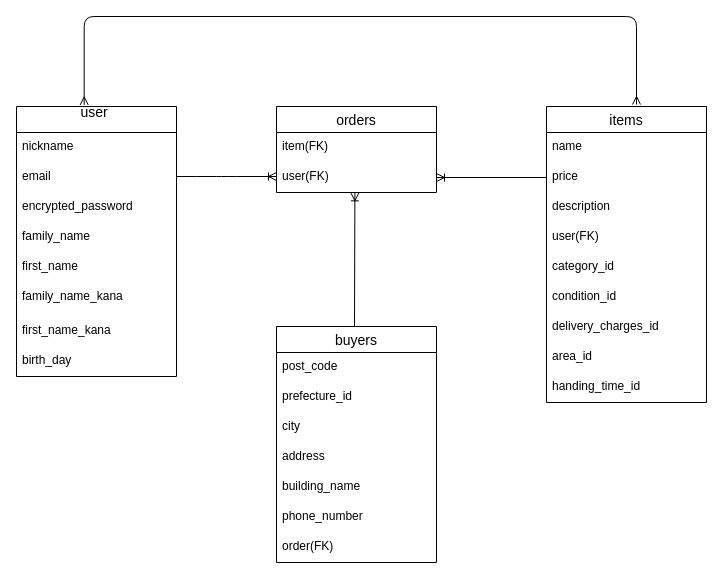
Before: table.dio in deco-01/furima-39447, a draw.io diagram. Source tidied: cells renumbered, new cells numbered last; positions are measured from the earlier drawing's top-left corner, leaving out a move shared by most shapes. Both pictures are drawn from the tidied source at 100%, with x=0, y=0 at pixel (16, 16).
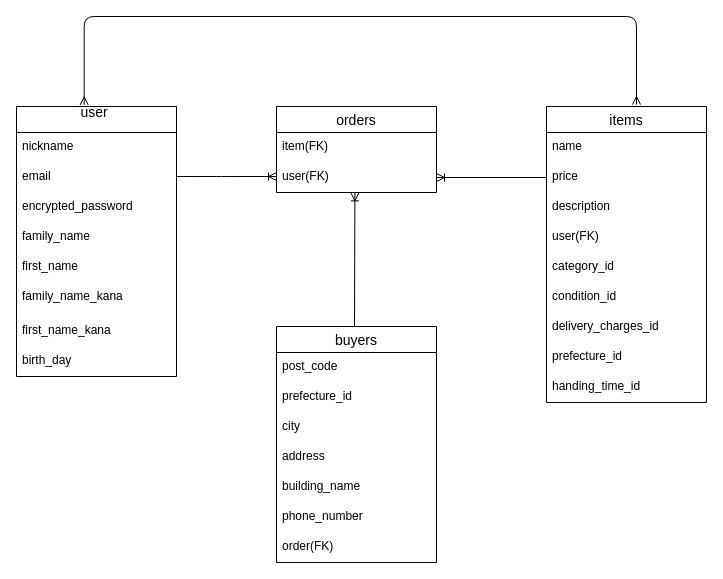
Above is the later version.

Unchanged cells that the change refers to:
```xml
<mxCell id="14" value="items" style="swimlane;fontStyle=0;horizontal=1;startSize=26;align=center;fontSize=14;" parent="1" vertex="1">
  <mxGeometry x="530" y="90" width="160" height="296" as="geometry" />
</mxCell>
```

The edit, as a diff of the source:
```diff
@@
-    <mxCell id="22" value="area_id" style="text;strokeColor=none;fillColor=none;spacingLeft=4;spacingRight=4;overflow=hidden;fontSize=12;" parent="14" vertex="1">
+    <mxCell id="22" value="prefecture_id" style="text;strokeColor=none;fillColor=none;spacingLeft=4;spacingRight=4;overflow=hidden;fontSize=12;" parent="14" vertex="1">
       <mxGeometry y="236" width="160" height="30" as="geometry" />
     </mxCell>
```
